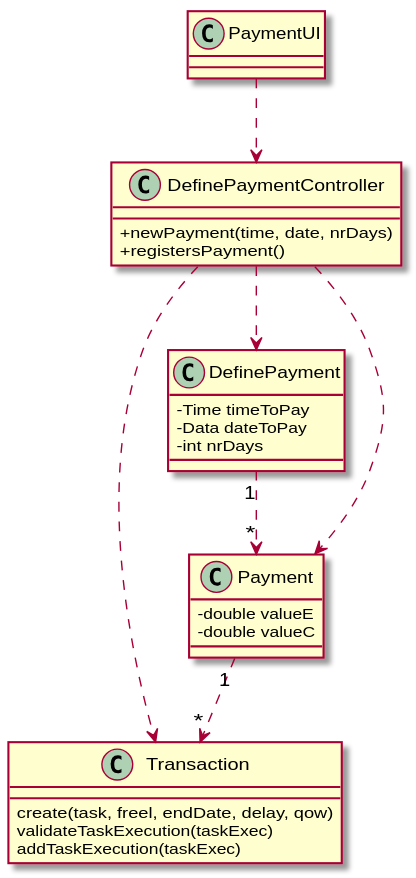
1190452/LAPR2 keeps this PlantUML diagram as docs/UC6 - Define Payment hour/UC6_CD.svg. Above is the earlier version.
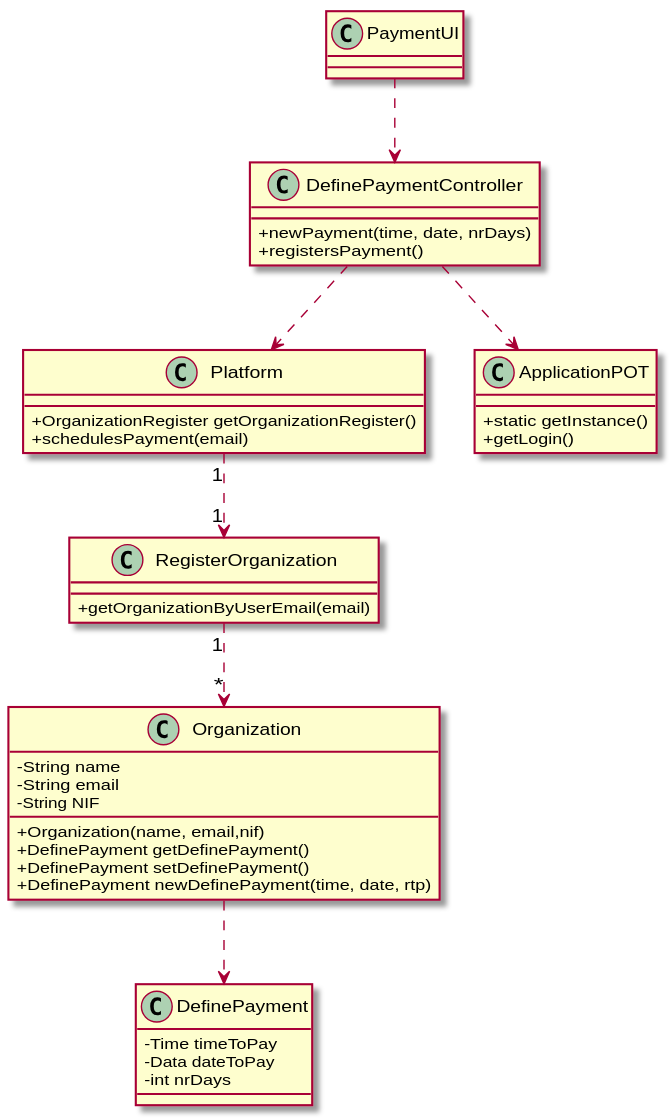
After the change.

Change to the diagram source:
```diff
@@ -1,12 +1,6 @@
 @startuml
 skinparam classAttributeIconSize 0
 
-
-class Transaction {
-  create(task, freel, endDate, delay, qow)
-  validateTaskExecution(taskExec)
-  addTaskExecution(taskExec)
-}
 
 class DefinePayment {
   -Time timeToPay
@@ -14,9 +8,10 @@
   -int nrDays
 }
 
-class Payment {
-  -double valueE
-  -double valueC
+
+class Platform {
+  +OrganizationRegister getOrganizationRegister()
+  +schedulesPayment(email)
 }
 
 class DefinePaymentController {
@@ -24,13 +19,32 @@
   +registersPayment()
 }
 
+class ApplicationPOT {
+  +static getInstance()
+  +getLogin()
+}
+
+class RegisterOrganization {
+  +getOrganizationByUserEmail(email)
+}
+
 class PaymentUI {
 }
 
+class Organization {
+  -String name
+  -String email
+  -String NIF
+  +Organization(name, email,nif)
+  +DefinePayment getDefinePayment()
+  +DefinePayment setDefinePayment()
+  +DefinePayment newDefinePayment(time, date, rtp)
+}
+
 PaymentUI ..> DefinePaymentController
-DefinePaymentController ..> Transaction
-DefinePaymentController ..> DefinePayment
-DefinePaymentController ..> Payment
-Payment "1" ..> "*" Transaction
-DefinePayment "1" ..> "*" Payment
+DefinePaymentController ..> Platform
+DefinePaymentController ..> ApplicationPOT
+Platform "1" ..> "1" RegisterOrganization
+RegisterOrganization "1" ..> "*" Organization
+Organization ..> DefinePayment
 @enduml
```
